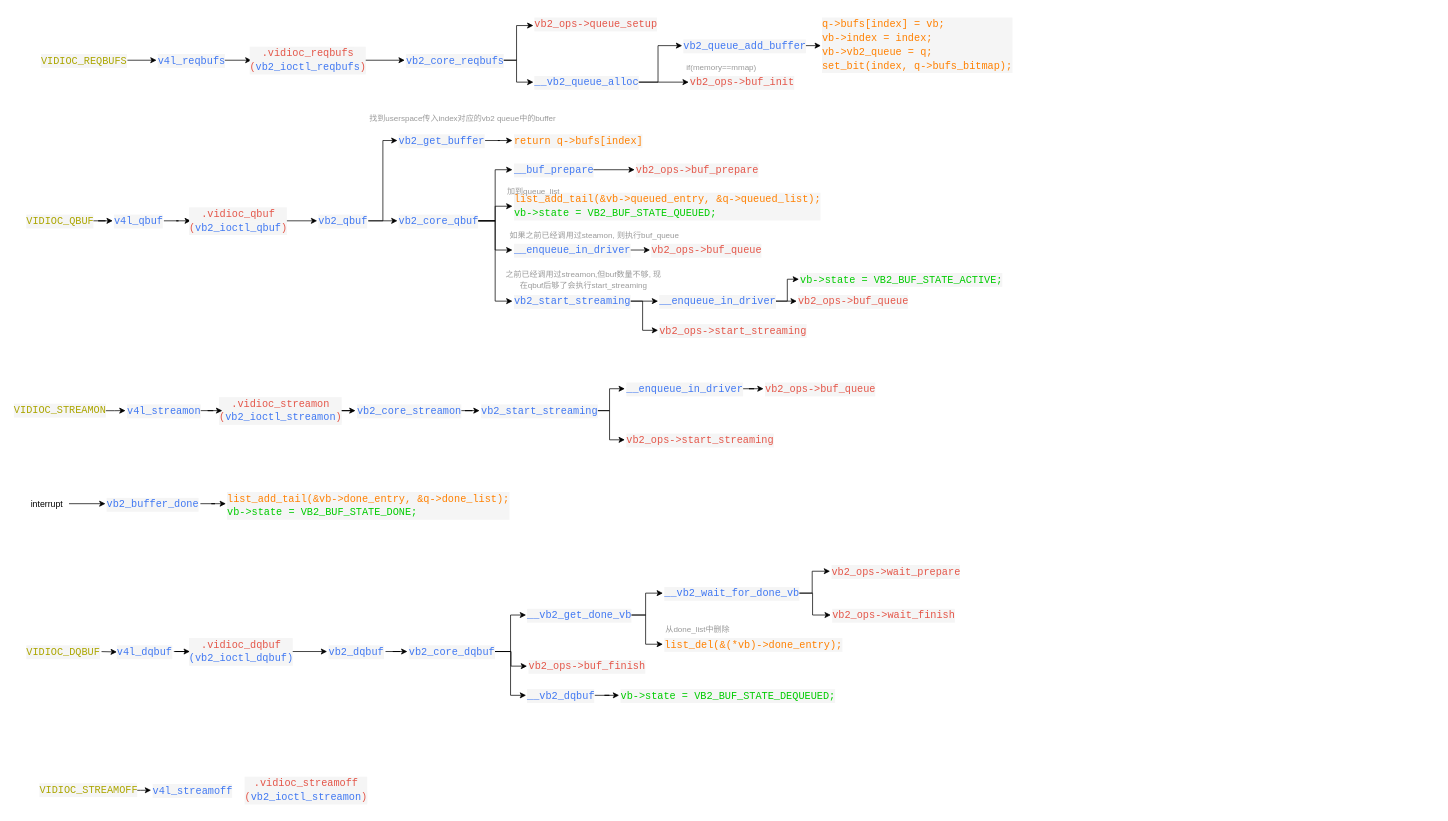
Before: v4l2/ioctl_flow.drawio in YC-Xiang/draw.io, a draw.io diagram. Source tidied: cells renumbered, new cells numbered last; positions are measured from the earlier drawing's top-left corner, leaving out a move shared by most shapes. Both pictures are drawn from the tidied source at 73%, with x=0, y=0 at pixel (12, 12).
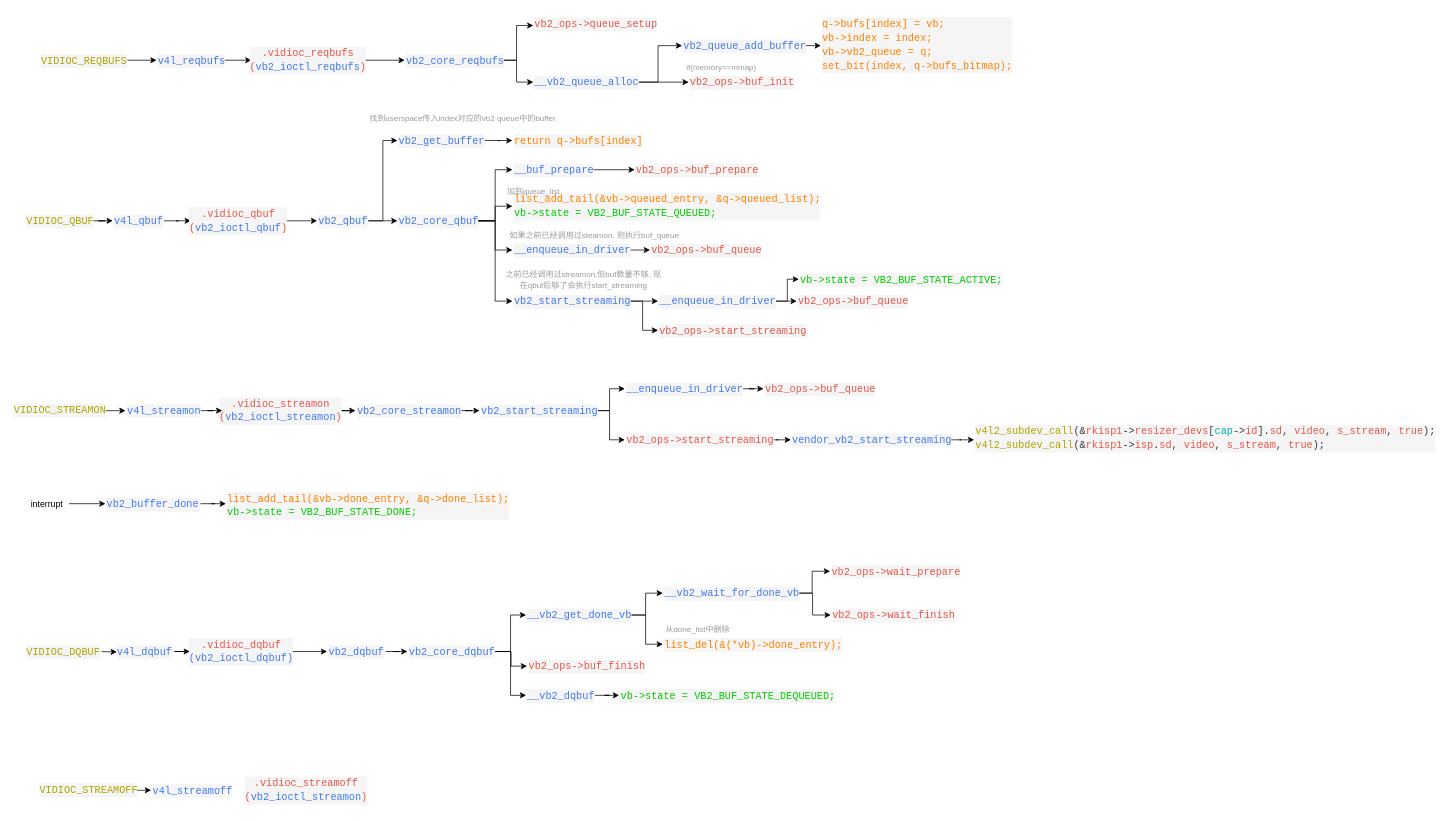
The same diagram, later.

Unchanged cells that the change refers to:
```xml
<mxCell id="33" value="&lt;div style=&quot;color: rgb(56, 58, 66); background-color: rgb(245, 245, 245); font-family: Consolas, &amp;quot;Courier New&amp;quot;, monospace; font-weight: normal; font-size: 14px; line-height: 19px; white-space: pre;&quot;&gt;&lt;div&gt;&lt;span style=&quot;color: rgb(228, 86, 73);&quot;&gt;vb2_ops-&amp;gt;start_streaming&lt;/span&gt;&lt;/div&gt;&lt;/div&gt;" style="text;whiteSpace=wrap;html=1;" parent="1" vertex="1">
  <mxGeometry x="839.5" y="570" width="190" height="30" as="geometry" />
</mxCell>
```

The edit, as a diff of the source:
```diff
@@
+    <mxCell id="107" style="edgeStyle=orthogonalEdgeStyle;rounded=0;jettySize=auto;html=1;" parent="1" edge="1" source="33" target="109">
+      <mxGeometry relative="1" as="geometry" />
+    </mxCell>
@@
+    <mxCell id="108" style="edgeStyle=orthogonalEdgeStyle;rounded=0;jettySize=auto;html=1;" parent="1" edge="1" source="109" target="110">
+      <mxGeometry relative="1" as="geometry" />
+    </mxCell>
+    <mxCell id="109" value="&lt;div style=&quot;color: rgb(56, 58, 66); background-color: rgb(245, 245, 245); font-family: Consolas, &amp;quot;Courier New&amp;quot;, monospace; font-weight: normal; font-size: 14px; line-height: 19px; white-space: pre;&quot;&gt;&lt;div&gt;&lt;span style=&quot;color: rgb(64, 120, 242);&quot;&gt;vendor_vb2_start_streaming&lt;/span&gt;&lt;/div&gt;&lt;/div&gt;" style="text;whiteSpace=wrap;html=1;" parent="1" vertex="1">
+      <mxGeometry x="1067" y="570" width="213" height="30" as="geometry" />
+    </mxCell>
+    <mxCell id="110" value="&lt;div style=&quot;color: rgb(56, 58, 66); background-color: rgb(245, 245, 245); font-family: Consolas, &amp;quot;Courier New&amp;quot;, monospace; font-weight: normal; font-size: 14px; line-height: 19px; white-space: pre;&quot;&gt;&lt;div&gt;&lt;span style=&quot;color: rgb(172, 166, 0);&quot;&gt;v4l2_subdev_call&lt;/span&gt;&lt;span style=&quot;color: rgb(56, 58, 66);&quot;&gt;(&lt;/span&gt;&lt;span style=&quot;color: rgb(56, 58, 66);&quot;&gt;&amp;amp;&lt;/span&gt;&lt;span style=&quot;color: rgb(228, 86, 73);&quot;&gt;rkisp1&lt;/span&gt;&lt;span style=&quot;color: rgb(56, 58, 66);&quot;&gt;-&amp;gt;&lt;/span&gt;&lt;span style=&quot;color: rgb(228, 86, 73);&quot;&gt;resizer_devs&lt;/span&gt;&lt;span style=&quot;color: rgb(56, 58, 66);&quot;&gt;[&lt;/span&gt;&lt;span style=&quot;color: rgb(0, 175, 175);&quot;&gt;cap&lt;/span&gt;&lt;span style=&quot;color: rgb(56, 58, 66);&quot;&gt;-&amp;gt;&lt;/span&gt;&lt;span style=&quot;color: rgb(228, 86, 73);&quot;&gt;id&lt;/span&gt;&lt;span style=&quot;color: rgb(56, 58, 66);&quot;&gt;].&lt;/span&gt;&lt;span style=&quot;color: rgb(228, 86, 73);&quot;&gt;sd&lt;/span&gt;&lt;span style=&quot;color: rgb(56, 58, 66);&quot;&gt;, &lt;/span&gt;&lt;span style=&quot;color: rgb(228, 86, 73);&quot;&gt;video&lt;/span&gt;&lt;span style=&quot;color: rgb(56, 58, 66);&quot;&gt;, &lt;/span&gt;&lt;span style=&quot;background-color: light-dark(rgb(245, 245, 245), rgb(26, 26, 26)); color: rgb(228, 86, 73);&quot;&gt;s_stream&lt;/span&gt;&lt;span style=&quot;background-color: light-dark(rgb(245, 245, 245), rgb(26, 26, 26)); color: rgb(56, 58, 66);&quot;&gt;, &lt;/span&gt;&lt;span style=&quot;background-color: light-dark(rgb(245, 245, 245), rgb(26, 26, 26)); color: rgb(228, 86, 73);&quot;&gt;true&lt;/span&gt;&lt;span style=&quot;background-color: light-dark(rgb(245, 245, 245), rgb(26, 26, 26)); color: rgb(56, 58, 66);&quot;&gt;);&lt;/span&gt;&lt;/div&gt;&lt;div&gt;&lt;span style=&quot;background-color: light-dark(rgb(245, 245, 245), rgb(26, 26, 26)); color: rgb(56, 58, 66);&quot;&gt;&lt;div style=&quot;line-height: 19px;&quot;&gt;&lt;span style=&quot;color: #aca600;&quot;&gt;v4l2_subdev_call&lt;/span&gt;(&amp;amp;&lt;span style=&quot;color: #e45649;&quot;&gt;rkisp1&lt;/span&gt;-&amp;gt;&lt;span style=&quot;color: #e45649;&quot;&gt;isp&lt;/span&gt;.&lt;span style=&quot;color: #e45649;&quot;&gt;sd&lt;/span&gt;, &lt;span style=&quot;color: #e45649;&quot;&gt;video&lt;/span&gt;, &lt;span style=&quot;color: #e45649;&quot;&gt;s_stream&lt;/span&gt;, &lt;span style=&quot;color: #e45649;&quot;&gt;true&lt;/span&gt;);&lt;/div&gt;&lt;/span&gt;&lt;/div&gt;&lt;/div&gt;" style="text;whiteSpace=wrap;html=1;" parent="1" vertex="1">
+      <mxGeometry x="1318" y="557.5" width="590" height="55" as="geometry" />
+    </mxCell>
```
